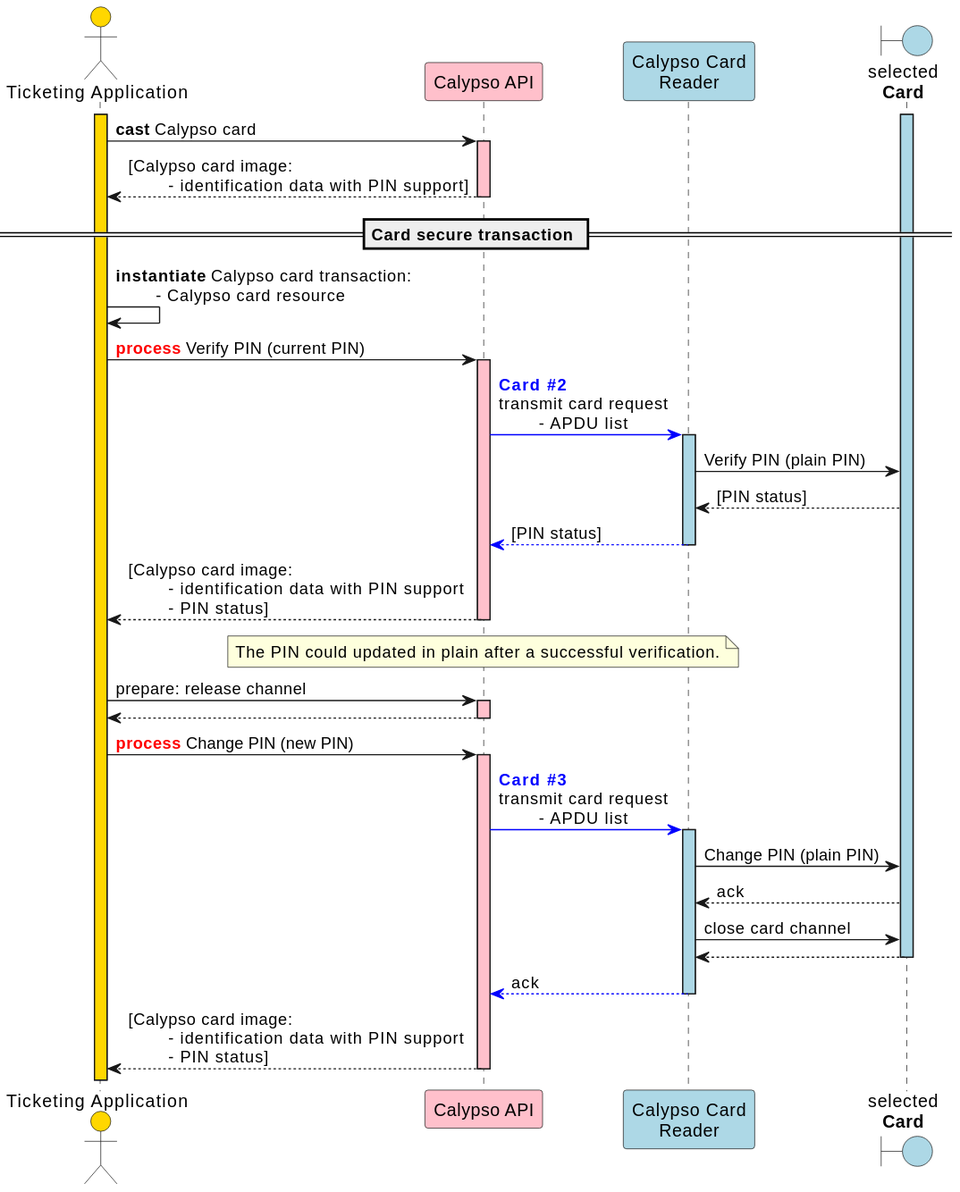
This is static/media/apis/calypso_transaction_Verify_Change_Plain_PIN_sequence_diagram.svg from calypsonet/calypsonet-terminal-api-website, a PlantUML export, as it was before one commit. Source of this version:
```plantuml
@startuml

skinparam ClassBorderColor #D4AC0D
skinparam stereotypeABorderColor #A9DCDF
skinparam stereotypeIBorderColor #B4A7E5
skinparam stereotypeCBorderColor #ADD1B2
skinparam stereotypeEBorderColor #EB93DF
skinparam shadowing false

skinparam StateBorderColor #D4AC0D
skinparam ActivityBorderColor #D4AC0D

skinparam ClassBackgroundColor<<red>> #FDEDEC
skinparam ClassBorderColor<<red>> #E74C3C
hide <<red>> stereotype
skinparam ClassBackgroundColor<<purple>> #F4ECF7
skinparam ClassBorderColor<<purple>> #8E44AD
hide <<purple>> stereotype
skinparam ClassBackgroundColor<<blue>> #EBF5FB
skinparam ClassBorderColor<<blue>> #3498DB
hide <<blue>> stereotype
skinparam ClassBackgroundColor<<green>> #EAFAF1
skinparam ClassBorderColor<<green>> #2ECC71
hide <<green>> stereotype

skinparam ClassBackgroundColor<<orange>> #FDF2E9
skinparam ClassBorderColor<<orange>> #E67E22
hide <<orange>> stereotype

skinparam ClassBackgroundColor<<grey>> #EAECEE
skinparam ClassBorderColor<<grey>> #2C3E50
hide <<grey>> stereotype

actor "Ticketing Application" as app #gold
participant "Calypso API" as capi #pink
participant "Calypso Card\nReader" as cardReader #lightBlue
boundary "selected\n**Card**" as card #lightBlue

activate app #gold

activate card #lightBlue

app->capi: **cast** Calypso card
activate capi  #pink
capi-->app: [Calypso card image:\n\t- identification data with PIN support]

deactivate capi

== Card secure transaction ==

app->app: **instantiate** Calypso card transaction:\n\t- Calypso card resource


app->capi: <font color=red>**process**</font> Verify PIN (current PIN)
activate capi  #pink

capi-[#0000FF]>cardReader: <font color=blue>**Card #2**</font>\ntransmit card request\n\t- APDU list
activate cardReader #lightBlue

    cardReader->card: Verify PIN (plain PIN)
    card-->cardReader: [PIN status]

cardReader-[#0000FF]->capi: [PIN status]
deactivate cardReader

capi-->app: [Calypso card image:\n\t- identification data with PIN support\n\t- PIN status]
deactivate capi

note over capi
    The PIN could updated in plain after a successful verification.
end note

app->capi: prepare: release channel
activate capi  #pink
capi-->app
deactivate capi

app->capi: <font color=red>**process**</font> Change PIN (new PIN)
activate capi  #pink

capi-[#0000FF]>cardReader: <font color=blue>**Card #3**</font>\ntransmit card request\n\t- APDU list
activate cardReader #lightBlue

    cardReader->card: Change PIN (plain PIN)
    card-->cardReader: ack
    cardReader->card: close card channel
    card-->cardReader
deactivate card

cardReader-[#0000FF]->capi: ack
deactivate cardReader

capi-->app: [Calypso card image:\n\t- identification data with PIN support\n\t- PIN status]
deactivate capi

deactivate capi
@enduml
```
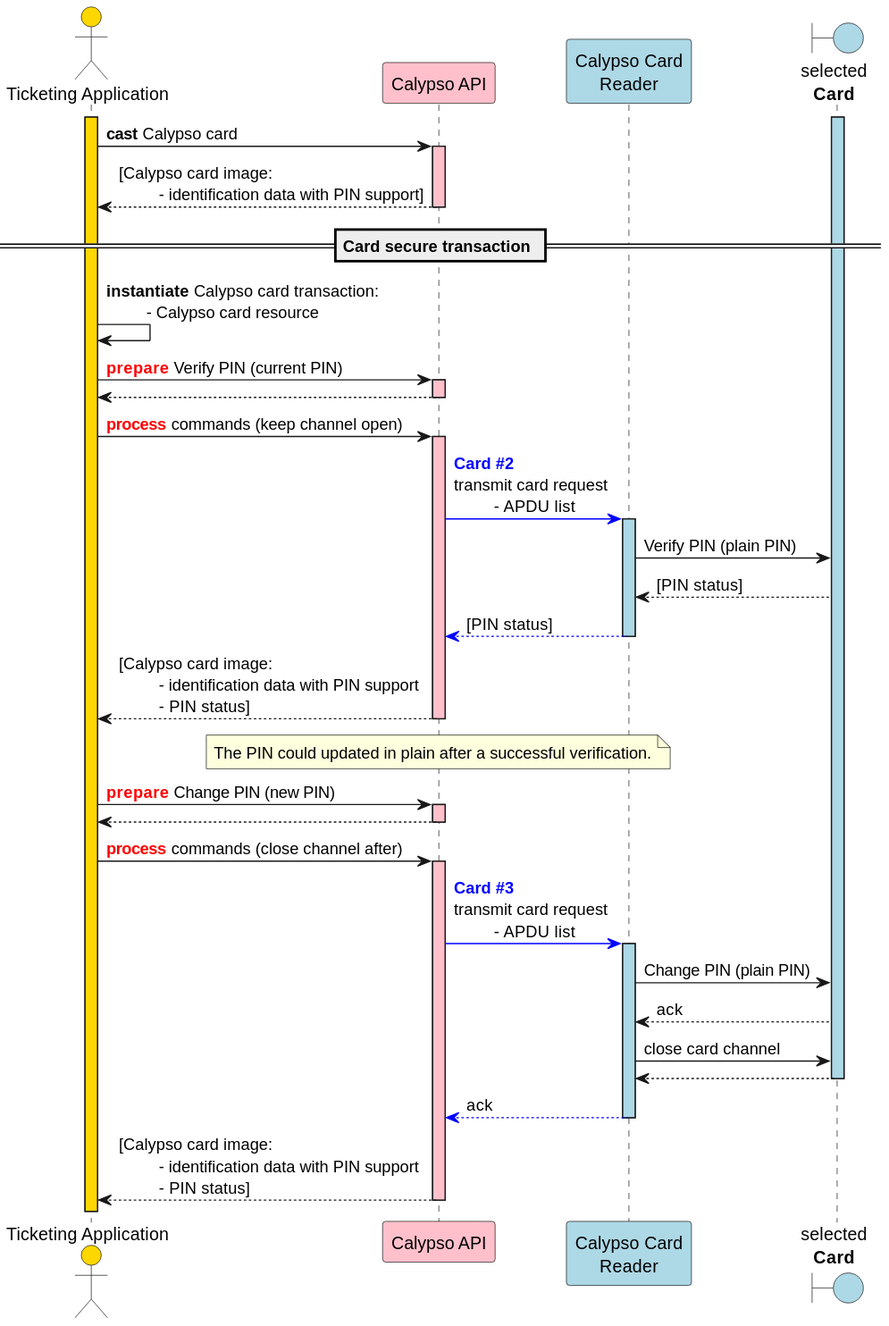
Above is the later version.

The edit, as a diff of the source:
```diff
@@ -1,5 +1,4 @@
 @startuml
-
 skinparam ClassBorderColor #D4AC0D
 skinparam stereotypeABorderColor #A9DCDF
 skinparam stereotypeIBorderColor #B4A7E5
@@ -50,8 +49,12 @@
 
 app->app: **instantiate** Calypso card transaction:\n\t- Calypso card resource
 
+app->capi: <font color=red>**prepare**</font> Verify PIN (current PIN)
+activate capi  #pink
+capi-->app
+deactivate capi
 
-app->capi: <font color=red>**process**</font> Verify PIN (current PIN)
+app->capi: <font color=red>**process**</font> commands (keep channel open)
 activate capi  #pink
 
 capi-[#0000FF]>cardReader: <font color=blue>**Card #2**</font>\ntransmit card request\n\t- APDU list
@@ -70,12 +73,12 @@
     The PIN could updated in plain after a successful verification.
 end note
 
-app->capi: prepare: release channel
+app->capi: <font color=red>**prepare**</font> Change PIN (new PIN)
 activate capi  #pink
 capi-->app
 deactivate capi
 
-app->capi: <font color=red>**process**</font> Change PIN (new PIN)
+app->capi: <font color=red>**process**</font> commands (close channel after)
 activate capi  #pink
 
 capi-[#0000FF]>cardReader: <font color=blue>**Card #3**</font>\ntransmit card request\n\t- APDU list
```
